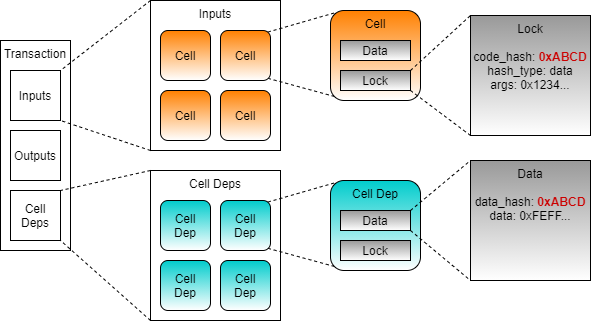
The draw.io diagram .gitbook/assets/transaction-connections-3.png in jordanmack/developer-training-course-documentation, before a commit. Source tidied: cells renumbered, new cells last; positions are measured from the earlier drawing's top-left corner, leaving out a move shared by most shapes.
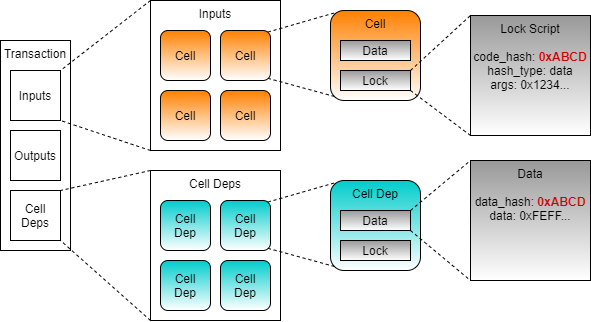
Above is the later version.

Commit message:
GitBook: [master] one page and one asset modified

Diff of the diagram source:
```diff
@@ -90,7 +90,7 @@
     <mxCell id="29" value="Lock" style="rounded=0;whiteSpace=wrap;html=1;gradientColor=#ffffff;fillColor=#999999;" parent="1" vertex="1">
       <mxGeometry x="340" y="240" width="70" height="20" as="geometry" />
     </mxCell>
-    <mxCell id="30" value="Lock&lt;br&gt;&lt;br&gt;code_hash: &lt;font color=&quot;#cc0000&quot;&gt;&lt;b&gt;0xABCD&lt;/b&gt;&lt;/font&gt;&lt;br&gt;hash_type: data&lt;br&gt;args: 0x1234..." style="rounded=0;whiteSpace=wrap;html=1;gradientColor=#ffffff;fillColor=#999999;glass=0;shadow=0;sketch=0;verticalAlign=top;" parent="1" vertex="1">
+    <mxCell id="30" value="Lock Script&lt;br&gt;&lt;br&gt;code_hash: &lt;font color=&quot;#cc0000&quot;&gt;&lt;b&gt;0xABCD&lt;/b&gt;&lt;/font&gt;&lt;br&gt;hash_type: data&lt;br&gt;args: 0x1234..." style="rounded=0;whiteSpace=wrap;html=1;gradientColor=#ffffff;fillColor=#999999;glass=0;shadow=0;sketch=0;verticalAlign=top;" parent="1" vertex="1">
       <mxGeometry x="470" y="15" width="120" height="120" as="geometry" />
     </mxCell>
     <mxCell id="31" value="Data&lt;br&gt;&lt;br&gt;data_hash: &lt;font color=&quot;#cc0000&quot;&gt;&lt;b&gt;0xABCD&lt;/b&gt;&lt;/font&gt;&lt;br&gt;data: 0xFEFF..." style="rounded=0;whiteSpace=wrap;html=1;gradientColor=#ffffff;fillColor=#999999;glass=0;shadow=0;sketch=0;verticalAlign=top;" parent="1" vertex="1">
```
